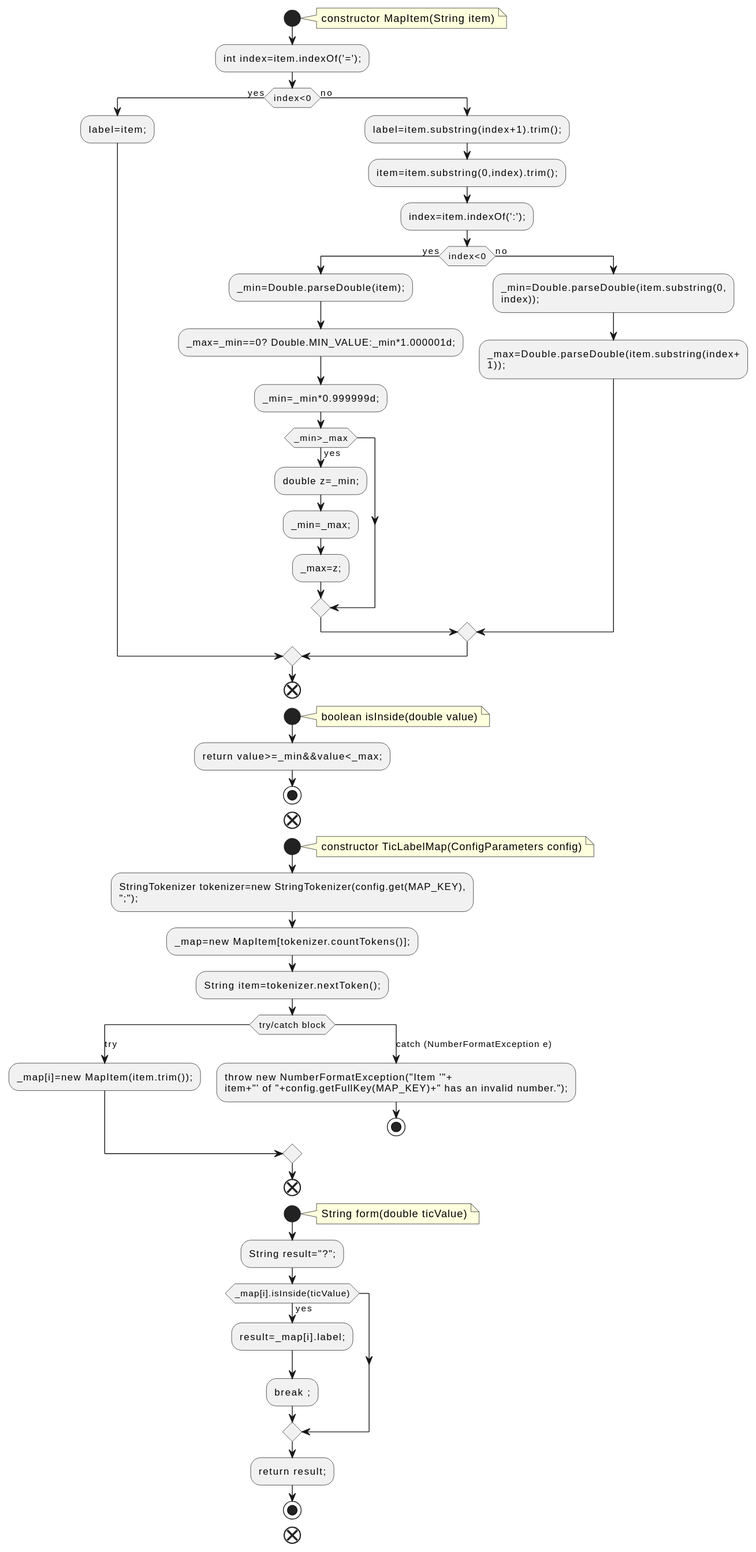
qualitesys/plantuml keeps this PlantUML diagram as docs/qc/src/jcckit/plot/TicLabelMap.java.fct.svg. Above is the earlier version. The source it was exported from:
```plantuml
@startuml
!pragma layout smetana
start
note right
constructor MapItem(String item)
end note
:int index=item.indexOf('=');;
if (index<0) then (yes)
:label=item;;
else (no)
:label=item.substring(index+1).trim();;
:item=item.substring(0,index).trim();;
:index=item.indexOf(':');;
if (index<0) then (yes)
:_min=Double.parseDouble(item);;
:_max=_min==0? Double.MIN_VALUE:_min*1.000001d;;
:_min=_min*0.999999d;;
if (_min>_max) then (yes)
:double z=_min;;
:_min=_max;;
:_max=z;;
endif
else (no)
:_min=Double.parseDouble(item.substring(0,
index));;
:_max=Double.parseDouble(item.substring(index+
1));;
endif
endif
end
start
note right
boolean isInside(double value)
end note
:return value>=_min&&value<_max;;
stop
end
start
note right
constructor TicLabelMap(ConfigParameters config)
end note
:StringTokenizer tokenizer=new StringTokenizer(config.get(MAP_KEY),
";");;
:_map=new MapItem[tokenizer.countTokens()];;
:String item=tokenizer.nextToken();;
switch (try/catch block)
case (try)
:_map[i]=new MapItem(item.trim());;
case (catch (NumberFormatException e))
:throw new NumberFormatException("Item '"+
item+"' of "+config.getFullKey(MAP_KEY)+" has an invalid number.");;
stop
endswitch
end
start
note right
String form(double ticValue)
end note
:String result="?";;
if (_map[i].isInside(ticValue)) then (yes)
:result=_map[i].label;;
:break ;;
endif
:return result;;
stop
end
@enduml
```
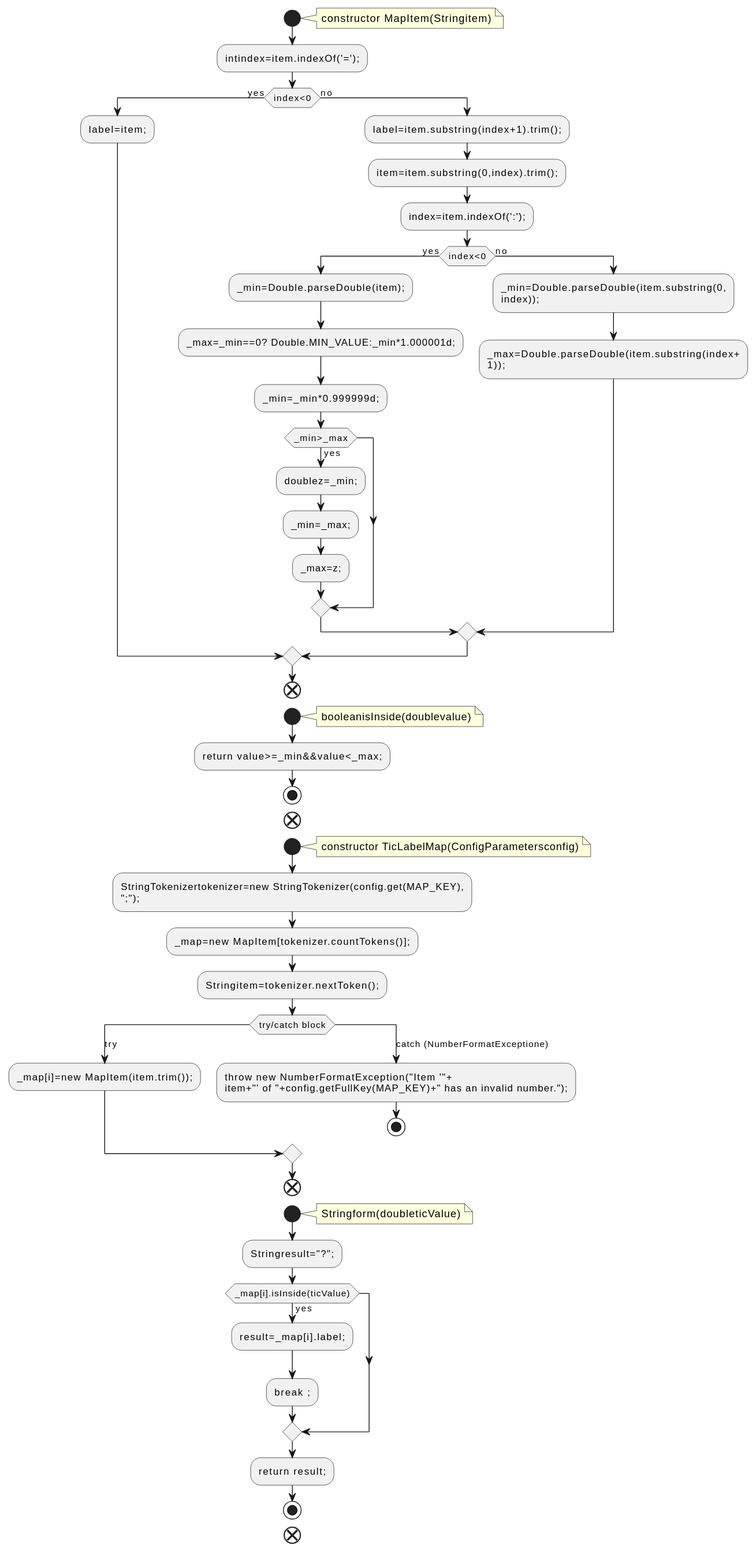
After the commit.

What changed in the source:
```diff
@@ -2,9 +2,9 @@
 !pragma layout smetana
 start
 note right
-constructor MapItem(String item)
+constructor MapItem(Stringitem)
 end note
-:int index=item.indexOf('=');;
+:intindex=item.indexOf('=');;
 if (index<0) then (yes)
 :label=item;;
 else (no)
@@ -16,7 +16,7 @@
 :_max=_min==0? Double.MIN_VALUE:_min*1.000001d;;
 :_min=_min*0.999999d;;
 if (_min>_max) then (yes)
-:double z=_min;;
+:doublez=_min;;
 :_min=_max;;
 :_max=z;;
 endif
@@ -30,23 +30,23 @@
 end
 start
 note right
-boolean isInside(double value)
+booleanisInside(doublevalue)
 end note
 :return value>=_min&&value<_max;;
 stop
 end
 start
 note right
-constructor TicLabelMap(ConfigParameters config)
+constructor TicLabelMap(ConfigParametersconfig)
 end note
-:StringTokenizer tokenizer=new StringTokenizer(config.get(MAP_KEY),
+:StringTokenizertokenizer=new StringTokenizer(config.get(MAP_KEY),
 ";");;
 :_map=new MapItem[tokenizer.countTokens()];;
-:String item=tokenizer.nextToken();;
+:Stringitem=tokenizer.nextToken();;
 switch (try/catch block)
 case (try)
 :_map[i]=new MapItem(item.trim());;
-case (catch (NumberFormatException e))
+case (catch (NumberFormatExceptione))
 :throw new NumberFormatException("Item '"+
 item+"' of "+config.getFullKey(MAP_KEY)+" has an invalid number.");;
 stop
@@ -54,9 +54,9 @@
 end
 start
 note right
-String form(double ticValue)
+Stringform(doubleticValue)
 end note
-:String result="?";;
+:Stringresult="?";;
 if (_map[i].isInside(ticValue)) then (yes)
 :result=_map[i].label;;
 :break ;;
```
